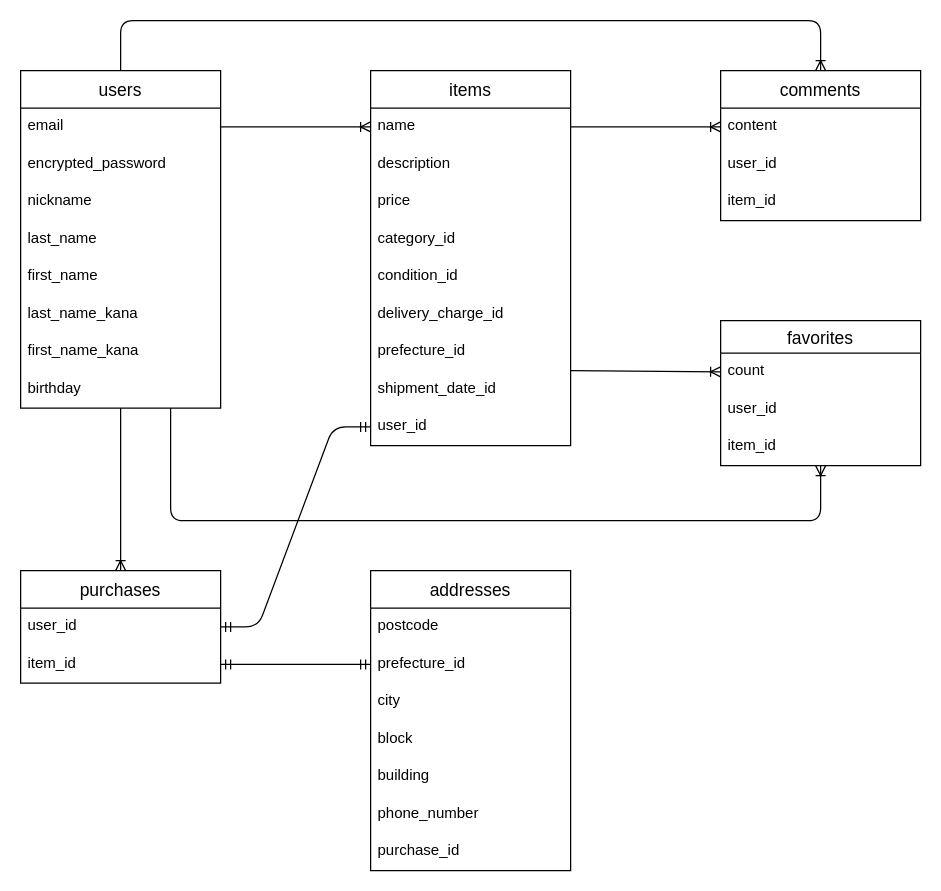
prodaigo/furima-37743 keeps this draw.io diagram as furima.dio. Above is the earlier version. Source tidied: cells renumbered, new cells numbered last; positions are measured from the earlier drawing's top-left corner, leaving out a move shared by most shapes. Both pictures are drawn from the tidied source at 125%, with x=0, y=0 at pixel (20, 20).
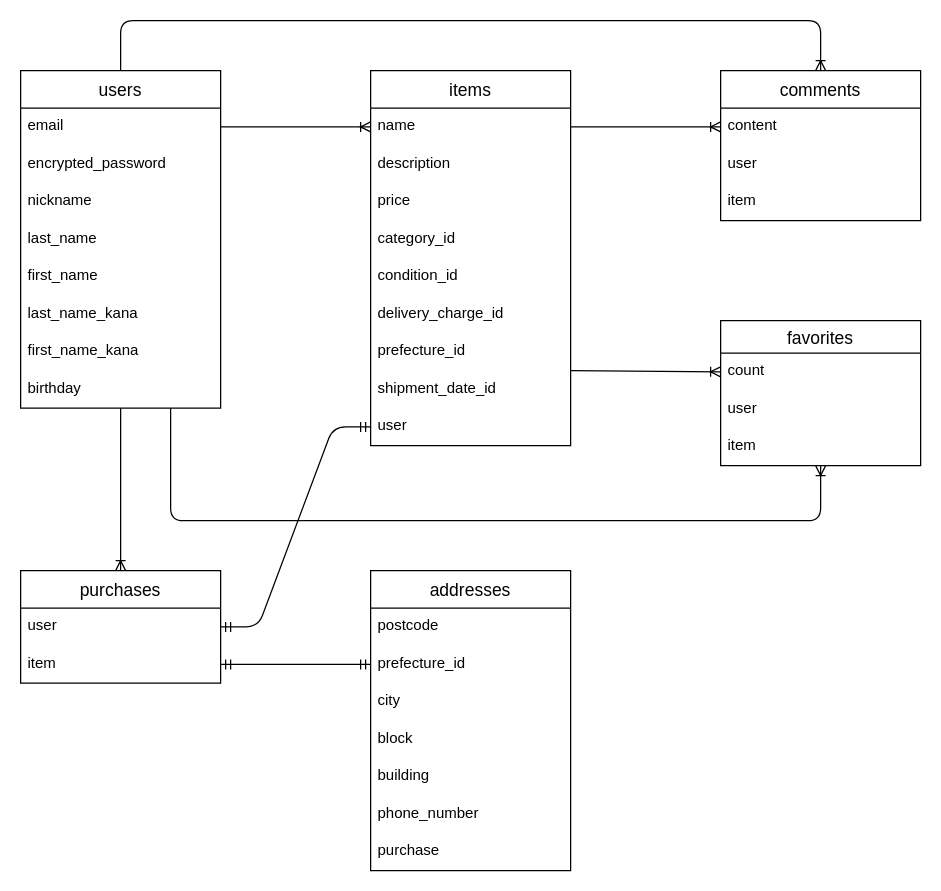
Above is the later version.

Commit message:
指摘事項の修正（ER図とREADMEの表記統一）

The change refers to these unchanged cells:
```xml
<mxCell id="11" value="items" style="swimlane;fontStyle=0;horizontal=1;startSize=30;align=center;fontSize=14;" parent="1" vertex="1">
  <mxGeometry x="280" y="40" width="160" height="300" as="geometry" />
</mxCell>
<mxCell id="21" value="purchases" style="swimlane;fontStyle=0;horizontal=1;startSize=30;align=center;fontSize=14;" parent="1" vertex="1">
  <mxGeometry y="440" width="160" height="90" as="geometry" />
</mxCell>
<mxCell id="24" value="addresses" style="swimlane;fontStyle=0;horizontal=1;startSize=30;align=center;fontSize=14;" parent="1" vertex="1">
  <mxGeometry x="280" y="440" width="160" height="240" as="geometry" />
</mxCell>
<mxCell id="32" value="comments" style="swimlane;fontStyle=0;horizontal=1;startSize=30;align=center;fontSize=14;" parent="1" vertex="1">
  <mxGeometry x="560" y="40" width="160" height="120" as="geometry" />
</mxCell>
<mxCell id="42" value="favorites" style="swimlane;fontStyle=0;horizontal=1;startSize=26;align=center;fontSize=14;" parent="1" vertex="1">
  <mxGeometry x="560" y="240" width="160" height="116" as="geometry" />
</mxCell>
```

Change to the diagram source:
```diff
@@
-    <mxCell id="20" value="user_id" style="text;strokeColor=none;fillColor=none;spacingLeft=4;spacingRight=4;overflow=hidden;points=[[0,0.5],[1,0.5]];portConstraint=eastwest;fontSize=12;" parent="11" vertex="1">
+    <mxCell id="20" value="user" style="text;strokeColor=none;fillColor=none;spacingLeft=4;spacingRight=4;overflow=hidden;points=[[0,0.5],[1,0.5]];portConstraint=eastwest;fontSize=12;" parent="11" vertex="1">
       <mxGeometry y="270" width="160" height="30" as="geometry" />
     </mxCell>
@@
-    <mxCell id="22" value="user_id" style="text;strokeColor=none;fillColor=none;spacingLeft=4;spacingRight=4;overflow=hidden;points=[[0,0.5],[1,0.5]];portConstraint=eastwest;fontSize=12;" parent="21" vertex="1">
+    <mxCell id="22" value="user" style="text;strokeColor=none;fillColor=none;spacingLeft=4;spacingRight=4;overflow=hidden;points=[[0,0.5],[1,0.5]];portConstraint=eastwest;fontSize=12;" parent="21" vertex="1">
       <mxGeometry y="30" width="160" height="30" as="geometry" />
     </mxCell>
-    <mxCell id="23" value="item_id" style="text;strokeColor=none;fillColor=none;spacingLeft=4;spacingRight=4;overflow=hidden;points=[[0,0.5],[1,0.5]];portConstraint=eastwest;fontSize=12;" parent="21" vertex="1">
+    <mxCell id="23" value="item" style="text;strokeColor=none;fillColor=none;spacingLeft=4;spacingRight=4;overflow=hidden;points=[[0,0.5],[1,0.5]];portConstraint=eastwest;fontSize=12;" parent="21" vertex="1">
       <mxGeometry y="60" width="160" height="30" as="geometry" />
     </mxCell>
@@
-    <mxCell id="31" value="purchase_id" style="text;strokeColor=none;fillColor=none;spacingLeft=4;spacingRight=4;overflow=hidden;fontSize=12;" parent="24" vertex="1">
+    <mxCell id="31" value="purchase" style="text;strokeColor=none;fillColor=none;spacingLeft=4;spacingRight=4;overflow=hidden;fontSize=12;" parent="24" vertex="1">
       <mxGeometry y="210" width="160" height="30" as="geometry" />
     </mxCell>
@@
-    <mxCell id="34" value="user_id" style="text;strokeColor=none;fillColor=none;spacingLeft=4;spacingRight=4;overflow=hidden;fontSize=12;" parent="32" vertex="1">
+    <mxCell id="34" value="user" style="text;strokeColor=none;fillColor=none;spacingLeft=4;spacingRight=4;overflow=hidden;fontSize=12;" parent="32" vertex="1">
       <mxGeometry y="60" width="160" height="30" as="geometry" />
     </mxCell>
-    <mxCell id="35" value="item_id" style="text;strokeColor=none;fillColor=none;spacingLeft=4;spacingRight=4;overflow=hidden;fontSize=12;" parent="32" vertex="1">
+    <mxCell id="35" value="item" style="text;strokeColor=none;fillColor=none;spacingLeft=4;spacingRight=4;overflow=hidden;fontSize=12;" parent="32" vertex="1">
       <mxGeometry y="90" width="160" height="30" as="geometry" />
     </mxCell>
@@
-    <mxCell id="44" value="user_id" style="text;strokeColor=none;fillColor=none;spacingLeft=4;spacingRight=4;overflow=hidden;fontSize=12;" parent="42" vertex="1">
+    <mxCell id="44" value="user" style="text;strokeColor=none;fillColor=none;spacingLeft=4;spacingRight=4;overflow=hidden;fontSize=12;" parent="42" vertex="1">
       <mxGeometry y="56" width="160" height="30" as="geometry" />
     </mxCell>
-    <mxCell id="45" value="item_id" style="text;strokeColor=none;fillColor=none;spacingLeft=4;spacingRight=4;overflow=hidden;points=[[0,0.5],[1,0.5]];portConstraint=eastwest;fontSize=12;" parent="42" vertex="1">
+    <mxCell id="45" value="item" style="text;strokeColor=none;fillColor=none;spacingLeft=4;spacingRight=4;overflow=hidden;points=[[0,0.5],[1,0.5]];portConstraint=eastwest;fontSize=12;" parent="42" vertex="1">
       <mxGeometry y="86" width="160" height="30" as="geometry" />
     </mxCell>
```
